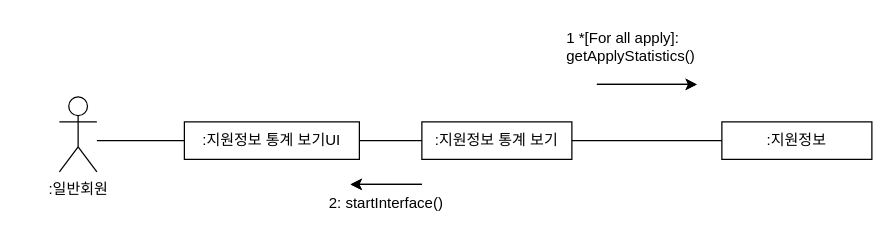
This is B811190_진선명/지원정보통계.drawio from FinancialWorld16/SE_TEAM, a draw.io file, before an edit. Source tidied: cells renumbered, new cells numbered last; positions are measured from the earlier drawing's top-left corner, leaving out a move shared by most shapes. Both pictures are drawn from the tidied source at 125%, with x=0, y=0 at pixel (59, 21).
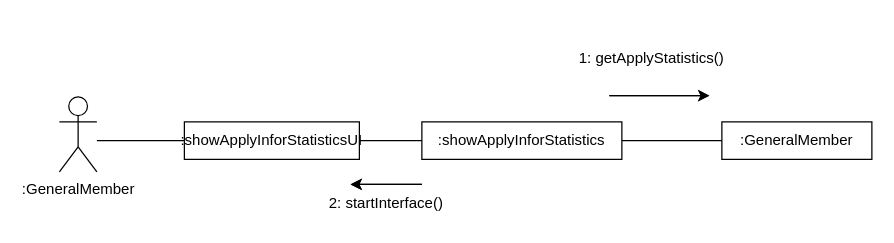
Above is the later version.

What changed in the source:
```diff
@@
 <mxGraphModel>
   <root>
     <mxCell id="0" />
     <mxCell id="1" parent="0" />
-    <mxCell id="2" value=":일반회원" style="shape=umlActor;verticalLabelPosition=bottom;verticalAlign=top;html=1;" parent="1" vertex="1">
+    <mxCell id="2" value=":GeneralMember" style="shape=umlActor;verticalLabelPosition=bottom;verticalAlign=top;html=1;" parent="1" vertex="1">
       <mxGeometry y="60" width="30" height="60" as="geometry" />
     </mxCell>
-    <mxCell id="3" value=":지원정보 통계 보기UI" style="rounded=0;whiteSpace=wrap;html=1;" parent="1" vertex="1">
+    <mxCell id="3" value=":showApplyInforStatisticsUI" style="rounded=0;whiteSpace=wrap;html=1;" parent="1" vertex="1">
       <mxGeometry x="100" y="80" width="140" height="30" as="geometry" />
     </mxCell>
-    <mxCell id="4" value=":지원정보 통계 보기" style="rounded=0;whiteSpace=wrap;html=1;" parent="1" vertex="1">
-      <mxGeometry x="290" y="80" width="120" height="30" as="geometry" />
+    <mxCell id="4" value=":showApplyInforStatistics" style="rounded=0;whiteSpace=wrap;html=1;" parent="1" vertex="1">
+      <mxGeometry x="290" y="80" width="160" height="30" as="geometry" />
     </mxCell>
     <mxCell id="5" style="endArrow=none;html=1;rounded=0;entryX=0;entryY=0.5;entryDx=0;entryDy=0;" parent="1" edge="1" target="3">
       <mxGeometry relative="1" as="geometry">
         <mxPoint x="30" y="95" as="sourcePoint" />
       </mxGeometry>
     </mxCell>
     <mxCell id="6" style="endArrow=none;html=1;rounded=0;entryX=0;entryY=0.5;entryDx=0;entryDy=0;exitX=1;exitY=0.5;exitDx=0;exitDy=0;" parent="1" edge="1" source="3" target="4">
       <mxGeometry relative="1" as="geometry" />
     </mxCell>
     <mxCell id="7" style="endArrow=classic;rounded=0;html=1;verticalAlign=top;" parent="1" edge="1">
       <mxGeometry relative="1" as="geometry">
         <mxPoint x="290" y="130" as="sourcePoint" />
         <mxPoint x="233" y="130" as="targetPoint" />
       </mxGeometry>
     </mxCell>
     <mxCell id="8" value="2: startInterface()" style="text;strokeColor=none;fillColor=none;align=left;verticalAlign=middle;spacingLeft=4;spacingRight=4;overflow=hidden;whiteSpace=wrap;html=1;" parent="1" vertex="1">
       <mxGeometry x="210" y="130" width="110" height="30" as="geometry" />
     </mxCell>
-    <mxCell id="9" value=":지원정보" style="rounded=0;whiteSpace=wrap;html=1;" parent="1" vertex="1">
+    <mxCell id="9" value=":GeneralMember" style="rounded=0;whiteSpace=wrap;html=1;" parent="1" vertex="1">
       <mxGeometry x="530" y="80" width="120" height="30" as="geometry" />
     </mxCell>
-    <mxCell id="10" value="1 *[For all apply]: getApplyStatistics()" style="text;strokeColor=none;fillColor=none;align=left;verticalAlign=middle;spacingLeft=4;spacingRight=4;overflow=hidden;whiteSpace=wrap;html=1;" parent="1" vertex="1">
-      <mxGeometry x="400" width="170" height="40" as="geometry" />
+    <mxCell id="10" value="1: getApplyStatistics()" style="text;strokeColor=none;fillColor=none;align=left;verticalAlign=middle;spacingLeft=4;spacingRight=4;overflow=hidden;whiteSpace=wrap;html=1;" parent="1" vertex="1">
+      <mxGeometry x="410" y="9" width="170" height="40" as="geometry" />
     </mxCell>
     <mxCell id="11" style="endArrow=none;html=1;rounded=0;entryX=0;entryY=0.5;entryDx=0;entryDy=0;exitX=1;exitY=0.5;exitDx=0;exitDy=0;" parent="1" edge="1" source="4" target="9">
       <mxGeometry relative="1" as="geometry" />
     </mxCell>
     <mxCell id="12" style="endArrow=classic;html=1;rounded=0;" parent="1" edge="1">
       <mxGeometry relative="1" as="geometry">
-        <mxPoint x="430" y="50" as="sourcePoint" />
-        <mxPoint x="510" y="50" as="targetPoint" />
+        <mxPoint x="440" y="59" as="sourcePoint" />
+        <mxPoint x="520" y="59" as="targetPoint" />
       </mxGeometry>
     </mxCell>
     <mxCell id="13" style="endArrow=classic;rounded=0;html=1;verticalAlign=top;" parent="1" edge="1">
       <mxGeometry relative="1" as="geometry">
         <mxPoint x="290" y="130" as="sourcePoint" />
         <mxPoint x="233" y="130" as="targetPoint" />
       </mxGeometry>
     </mxCell>
     <mxCell id="14" style="endArrow=classic;html=1;rounded=0;" parent="1" edge="1">
       <mxGeometry relative="1" as="geometry">
-        <mxPoint x="430" y="50" as="sourcePoint" />
-        <mxPoint x="510" y="50" as="targetPoint" />
+        <mxPoint x="440" y="59" as="sourcePoint" />
+        <mxPoint x="520" y="59" as="targetPoint" />
       </mxGeometry>
     </mxCell>
   </root>
 </mxGraphModel>
```
